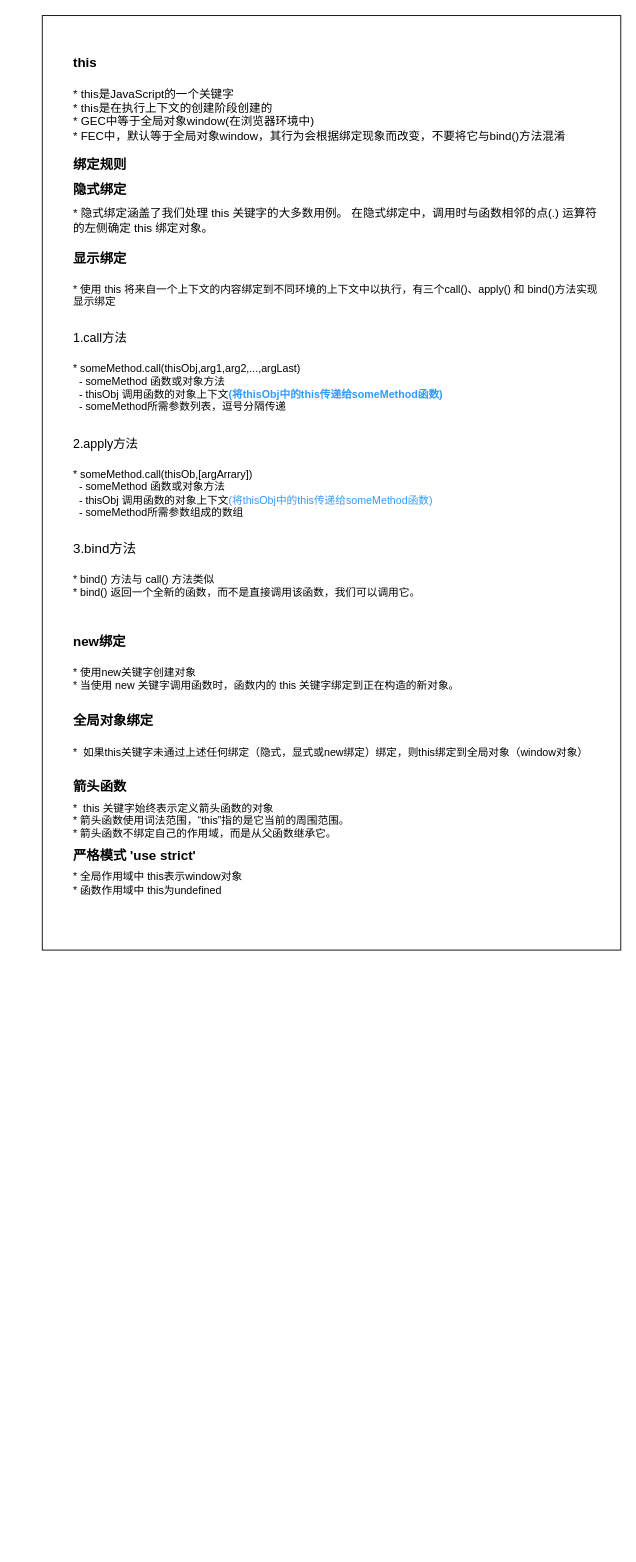
Before: page "this关键字" (4 of 5) of JavaScript-basic.drawio in CreateEngine/javascript-basic, a draw.io diagram. Source tidied: cells renumbered, new cells numbered last; positions are measured from the earlier drawing's top-left corner, leaving out a move shared by most shapes. Both pictures are drawn from the tidied source at 89%, with x=0, y=0 at pixel (42, 15).
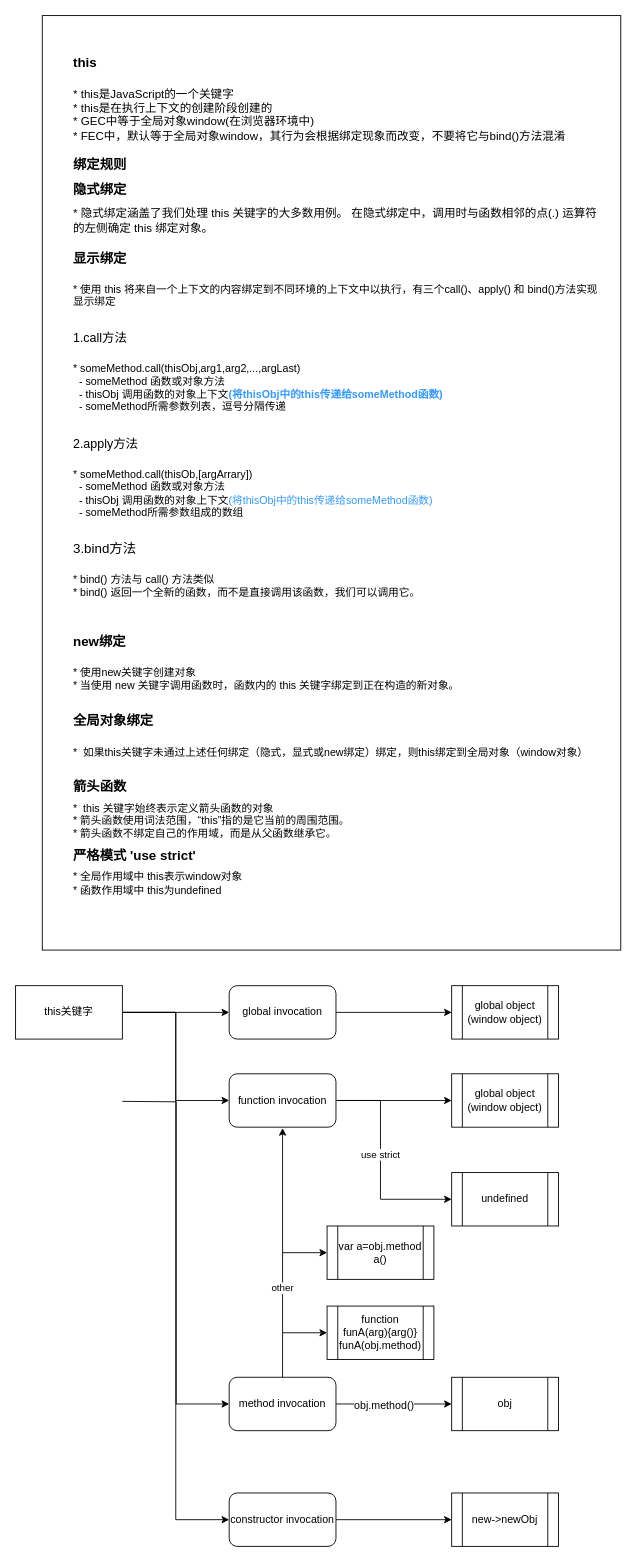
The same page after the edit.

What changed in the source:
```diff
@@
+    <mxCell id="5" style="edgeStyle=orthogonalEdgeStyle;rounded=0;jettySize=auto;html=1;" parent="1" edge="1" source="9" target="12">
+      <mxGeometry relative="1" as="geometry">
+        <Array as="points">
+          <mxPoint x="150" y="1120" />
+          <mxPoint x="150" y="1219" />
+        </Array>
+      </mxGeometry>
+    </mxCell>
+    <mxCell id="6" style="edgeStyle=orthogonalEdgeStyle;rounded=0;jettySize=auto;html=1;entryX=0;entryY=0.5;entryDx=0;entryDy=0;" parent="1" edge="1" target="16">
+      <mxGeometry relative="1" as="geometry">
+        <mxPoint x="90" y="1220" as="sourcePoint" />
+      </mxGeometry>
+    </mxCell>
+    <mxCell id="7" style="edgeStyle=orthogonalEdgeStyle;rounded=0;jettySize=auto;html=1;entryX=0;entryY=0.5;entryDx=0;entryDy=0;" parent="1" edge="1" source="9" target="18">
+      <mxGeometry relative="1" as="geometry" />
+    </mxCell>
+    <mxCell id="8" style="edgeStyle=orthogonalEdgeStyle;rounded=0;jettySize=auto;html=1;" parent="1" edge="1" source="9" target="20">
+      <mxGeometry relative="1" as="geometry" />
+    </mxCell>
+    <mxCell id="9" value="this关键字" style="rounded=0;whiteSpace=wrap;html=1;" parent="1" vertex="1">
+      <mxGeometry x="-30" y="1090" width="120" height="60" as="geometry" />
+    </mxCell>
+    <mxCell id="10" style="edgeStyle=orthogonalEdgeStyle;rounded=0;jettySize=auto;html=1;entryX=0;entryY=0.5;entryDx=0;entryDy=0;" parent="1" edge="1" source="12" target="22">
+      <mxGeometry relative="1" as="geometry" />
+    </mxCell>
+    <mxCell id="11" value="use strict" style="edgeStyle=orthogonalEdgeStyle;rounded=0;jettySize=auto;html=1;entryX=0;entryY=0.5;entryDx=0;entryDy=0;" parent="1" edge="1" source="12" target="23">
+      <mxGeometry x="-0.08" relative="1" as="geometry">
+        <Array as="points">
+          <mxPoint x="380" y="1219" />
+          <mxPoint x="380" y="1330" />
+        </Array>
+      </mxGeometry>
+    </mxCell>
+    <mxCell id="12" value="function invocation" style="rounded=1;whiteSpace=wrap;html=1;" parent="1" vertex="1">
+      <mxGeometry x="210" y="1189" width="120" height="60" as="geometry" />
+    </mxCell>
+    <mxCell id="13" style="edgeStyle=orthogonalEdgeStyle;rounded=0;jettySize=auto;html=1;entryX=0;entryY=0.5;entryDx=0;entryDy=0;" parent="1" edge="1" source="16" target="24">
+      <mxGeometry relative="1" as="geometry" />
+    </mxCell>
+    <mxCell id="14" value="obj.method()" style="text;html=1;align=center;verticalAlign=middle;labelBackgroundColor=#ffffff;" parent="13" vertex="1">
+      <mxGeometry x="-0.18" y="-1" relative="1" as="geometry" />
+    </mxCell>
+    <mxCell id="15" value="other" style="edgeStyle=orthogonalEdgeStyle;rounded=0;jettySize=auto;html=1;" parent="1" edge="1" source="16">
+      <mxGeometry x="-0.29" relative="1" as="geometry">
+        <mxPoint x="270" y="1250" as="targetPoint" />
+      </mxGeometry>
+    </mxCell>
+    <mxCell id="16" value="method invocation" style="rounded=1;whiteSpace=wrap;html=1;" parent="1" vertex="1">
+      <mxGeometry x="210" y="1530" width="120" height="60" as="geometry" />
+    </mxCell>
+    <mxCell id="17" style="edgeStyle=orthogonalEdgeStyle;rounded=0;jettySize=auto;html=1;entryX=0;entryY=0.5;entryDx=0;entryDy=0;" parent="1" edge="1" source="18" target="25">
+      <mxGeometry relative="1" as="geometry" />
+    </mxCell>
+    <mxCell id="18" value="constructor invocation" style="rounded=1;whiteSpace=wrap;html=1;" parent="1" vertex="1">
+      <mxGeometry x="210" y="1660" width="120" height="60" as="geometry" />
+    </mxCell>
+    <mxCell id="19" style="edgeStyle=orthogonalEdgeStyle;rounded=0;jettySize=auto;html=1;entryX=0;entryY=0.5;entryDx=0;entryDy=0;" parent="1" edge="1" source="20" target="21">
+      <mxGeometry relative="1" as="geometry" />
+    </mxCell>
+    <mxCell id="20" value="global invocation" style="rounded=1;whiteSpace=wrap;html=1;" parent="1" vertex="1">
+      <mxGeometry x="210" y="1090" width="120" height="60" as="geometry" />
+    </mxCell>
+    <mxCell id="21" value="global object&lt;br&gt;(window object)" style="shape=process;whiteSpace=wrap;html=1;backgroundOutline=1;" parent="1" vertex="1">
+      <mxGeometry x="460" y="1090" width="120" height="60" as="geometry" />
+    </mxCell>
+    <mxCell id="22" value="global object&lt;br&gt;(window object)" style="shape=process;whiteSpace=wrap;html=1;backgroundOutline=1;" parent="1" vertex="1">
+      <mxGeometry x="460" y="1189" width="120" height="60" as="geometry" />
+    </mxCell>
+    <mxCell id="23" value="undefined" style="shape=process;whiteSpace=wrap;html=1;backgroundOutline=1;" parent="1" vertex="1">
+      <mxGeometry x="460" y="1300" width="120" height="60" as="geometry" />
+    </mxCell>
+    <mxCell id="24" value="obj" style="shape=process;whiteSpace=wrap;html=1;backgroundOutline=1;" parent="1" vertex="1">
+      <mxGeometry x="460" y="1530" width="120" height="60" as="geometry" />
+    </mxCell>
+    <mxCell id="25" value="new-&amp;gt;newObj" style="shape=process;whiteSpace=wrap;html=1;backgroundOutline=1;" parent="1" vertex="1">
+      <mxGeometry x="460" y="1660" width="120" height="60" as="geometry" />
+    </mxCell>
+    <mxCell id="26" style="endArrow=classic;html=1;entryX=0;entryY=0.5;entryDx=0;entryDy=0;" parent="1" edge="1" target="27">
+      <mxGeometry relative="1" as="geometry">
+        <mxPoint x="270" y="1390" as="sourcePoint" />
+      </mxGeometry>
+    </mxCell>
+    <mxCell id="27" value="&lt;span style=&quot;white-space: normal&quot;&gt;var a=obj.method&lt;/span&gt;&lt;br style=&quot;white-space: normal&quot;&gt;&lt;span style=&quot;white-space: normal&quot;&gt;a()&lt;/span&gt;" style="shape=process;whiteSpace=wrap;html=1;backgroundOutline=1;" parent="1" vertex="1">
+      <mxGeometry x="320" y="1360" width="120" height="60" as="geometry" />
+    </mxCell>
+    <mxCell id="28" value="function funA(arg){arg()}&lt;br&gt;funA(obj.method)" style="shape=process;whiteSpace=wrap;html=1;backgroundOutline=1;" parent="1" vertex="1">
+      <mxGeometry x="320" y="1450" width="120" height="60" as="geometry" />
+    </mxCell>
+    <mxCell id="29" style="endArrow=classic;html=1;entryX=0;entryY=0.5;entryDx=0;entryDy=0;" parent="1" edge="1" target="28">
+      <mxGeometry relative="1" as="geometry">
+        <mxPoint x="270" y="1480" as="sourcePoint" />
+      </mxGeometry>
+    </mxCell>
```
